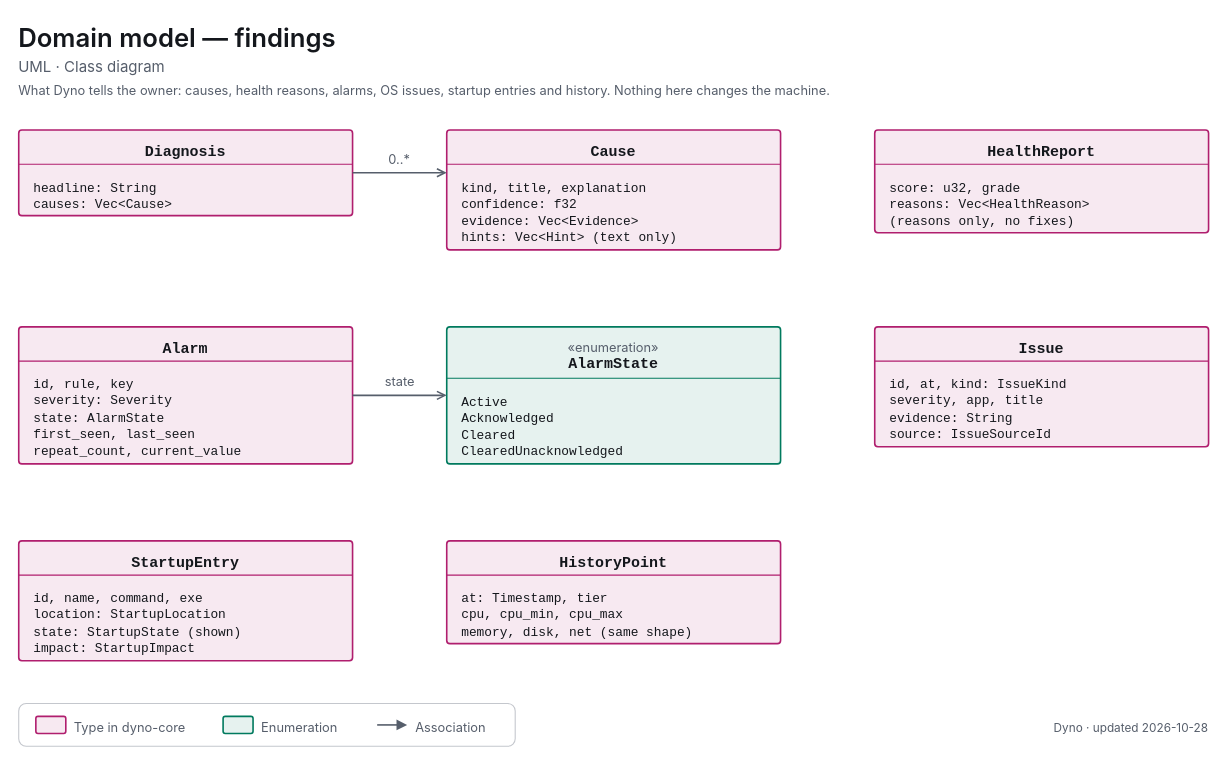
decryp7/paddock keeps this draw.io diagram as apps/dyno/diagrams/uml-class-insight.drawio. Above is the earlier version. Source tidied: cells renumbered, new cells numbered last; positions are measured from the earlier drawing's top-left corner, leaving out a move shared by most shapes. Both pictures are drawn from the tidied source at 107%, with x=0, y=0 at pixel (18, 18).
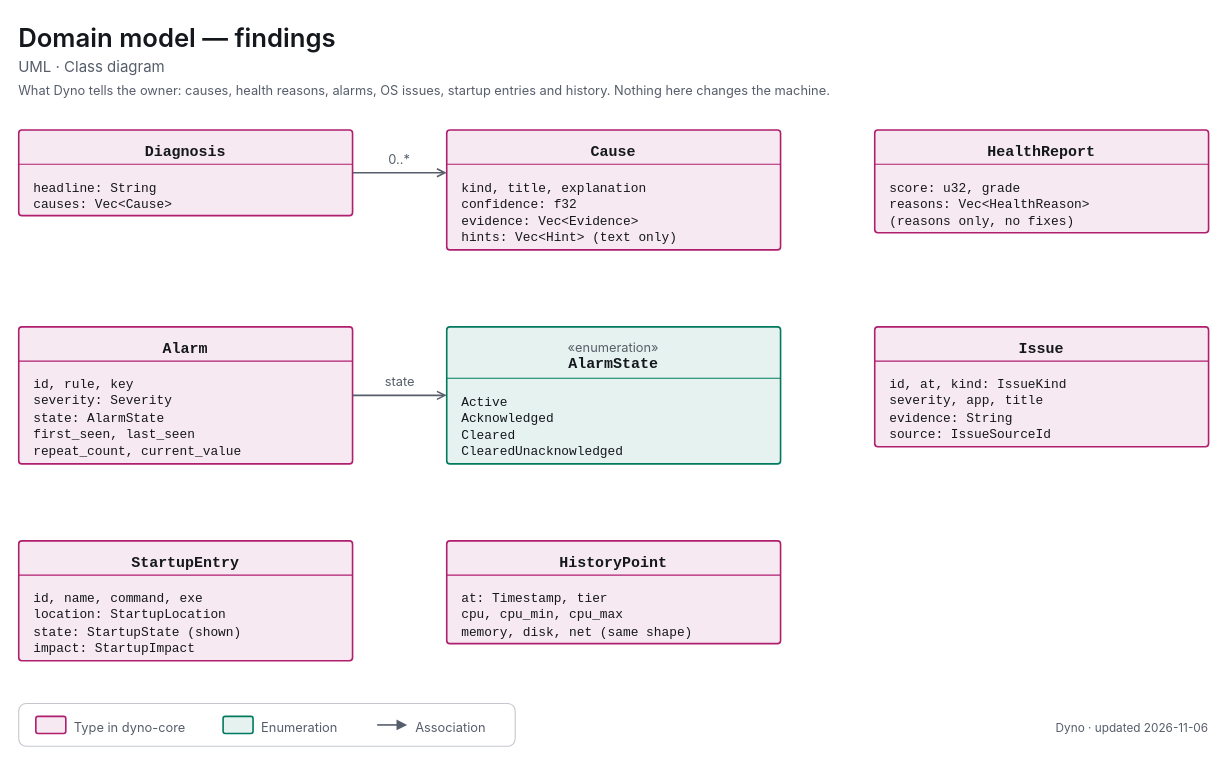
The same page after the edit.

Diff of the diagram source:
```diff
@@
-    <mxCell id="40" value="&lt;span style=&quot;font-size:11px;font-weight:400&quot;&gt;Dyno · updated 2026-10-28&lt;/span&gt;" style="html=1;whiteSpace=wrap;fontFamily=-apple-system,BlinkMacSystemFont,Segoe UI,system-ui,sans-serif;fontSize=12;fontColor=light-dark(#14171C,#ECEEF1);text;strokeColor=none;fillColor=none;align=right;verticalAlign=top;spacing=0;fontColor=light-dark(#565E6B,#A0A7B2);" parent="1" vertex="1">
+    <mxCell id="40" value="&lt;span style=&quot;font-size:11px;font-weight:400&quot;&gt;Dyno · updated 2026-11-06&lt;/span&gt;" style="html=1;whiteSpace=wrap;fontFamily=-apple-system,BlinkMacSystemFont,Segoe UI,system-ui,sans-serif;fontSize=12;fontColor=light-dark(#14171C,#ECEEF1);text;strokeColor=none;fillColor=none;align=right;verticalAlign=top;spacing=0;fontColor=light-dark(#565E6B,#A0A7B2);" parent="1" vertex="1">
       <mxGeometry x="752" y="651" width="360" height="18" as="geometry" />
     </mxCell>
```
